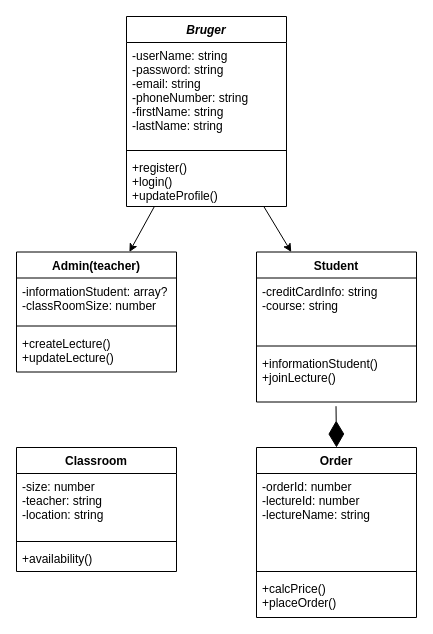
Earlier version of the draw.io diagram Untitled Diagram.drawio (Niklas107/Gruppeprojekt-1). Source tidied: cells renumbered, new cells numbered last; positions are measured from the earlier drawing's top-left corner, leaving out a move shared by most shapes. Both pictures are drawn from the tidied source at 100%, with x=0, y=0 at pixel (16, 16).
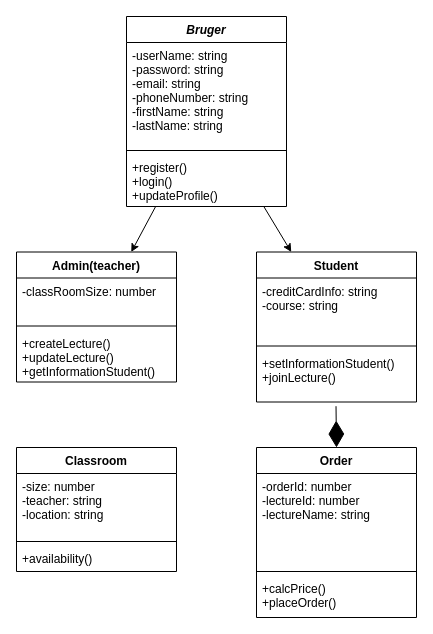
Above is the later version.

Unchanged cells that the change refers to:
```xml
<mxCell id="12" value="Student" style="swimlane;fontStyle=1;align=center;verticalAlign=top;horizontal=1;startSize=26;" parent="1" vertex="1">
  <mxGeometry x="240" y="235.5" width="160" height="150" as="geometry" />
</mxCell>
```

The edit, as a diff of the source:
```diff
@@
     <mxCell id="8" value="Admin(teacher)" style="swimlane;fontStyle=1;align=center;verticalAlign=top;horizontal=1;startSize=26;" parent="1" vertex="1">
-      <mxGeometry y="235.5" width="160" height="120" as="geometry" />
+      <mxGeometry y="235.5" width="160" height="130" as="geometry" />
     </mxCell>
-    <mxCell id="9" value="-informationStudent: array?&#10;-classRoomSize: number&#10;" style="text;strokeColor=none;fillColor=none;align=left;verticalAlign=top;spacingLeft=4;spacingRight=4;overflow=hidden;" parent="8" vertex="1">
+    <mxCell id="9" value="-classRoomSize: number&#10;" style="text;strokeColor=none;fillColor=none;align=left;verticalAlign=top;spacingLeft=4;spacingRight=4;overflow=hidden;" parent="8" vertex="1">
       <mxGeometry y="26" width="160" height="44" as="geometry" />
     </mxCell>
@@
-    <mxCell id="11" value="+createLecture()&#10;+updateLecture()" style="text;strokeColor=none;fillColor=none;align=left;verticalAlign=top;spacingLeft=4;spacingRight=4;overflow=hidden;" parent="8" vertex="1">
-      <mxGeometry y="78" width="160" height="42" as="geometry" />
+    <mxCell id="11" value="+createLecture()&#10;+updateLecture()&#10;+getInformationStudent()" style="text;strokeColor=none;fillColor=none;align=left;verticalAlign=top;spacingLeft=4;spacingRight=4;overflow=hidden;" parent="8" vertex="1">
+      <mxGeometry y="78" width="160" height="52" as="geometry" />
     </mxCell>
@@
-    <mxCell id="15" value="+informationStudent()&#10;+joinLecture()&#10;" style="text;strokeColor=none;fillColor=none;align=left;verticalAlign=top;spacingLeft=4;spacingRight=4;overflow=hidden;points=[[0,0.5],[1,0.5]];portConstraint=eastwest;" parent="12" vertex="1">
+    <mxCell id="15" value="+setInformationStudent()&#10;+joinLecture()&#10;" style="text;strokeColor=none;fillColor=none;align=left;verticalAlign=top;spacingLeft=4;spacingRight=4;overflow=hidden;points=[[0,0.5],[1,0.5]];portConstraint=eastwest;" parent="12" vertex="1">
       <mxGeometry y="98" width="160" height="52" as="geometry" />
     </mxCell>
```
